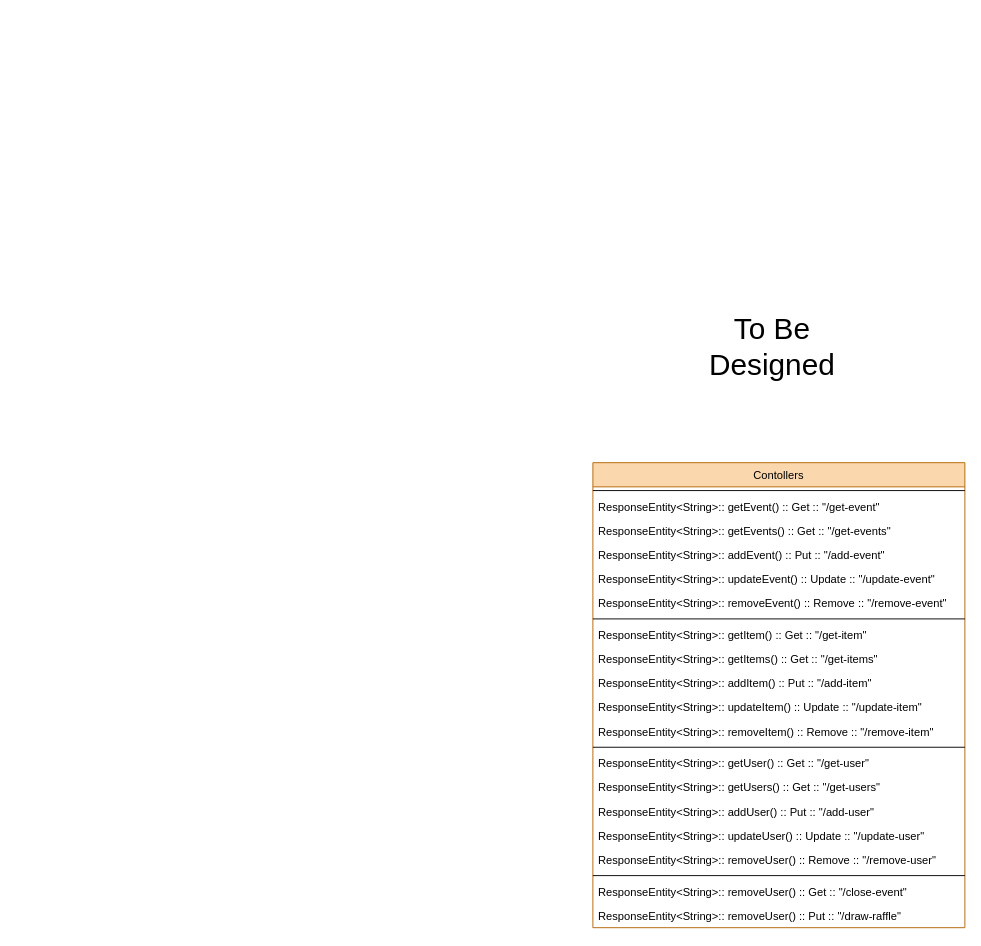
Before: page "Controllers" (4 of 9) of Raffle-design.drawio in GingerNinja2962/TMM_Raffle, a draw.io diagram. Source tidied: cells renumbered, new cells numbered last; positions are measured from the earlier drawing's top-left corner, leaving out a move shared by most shapes. Both pictures are drawn from the tidied source at 93%, with x=0, y=0 at pixel (592, 286).
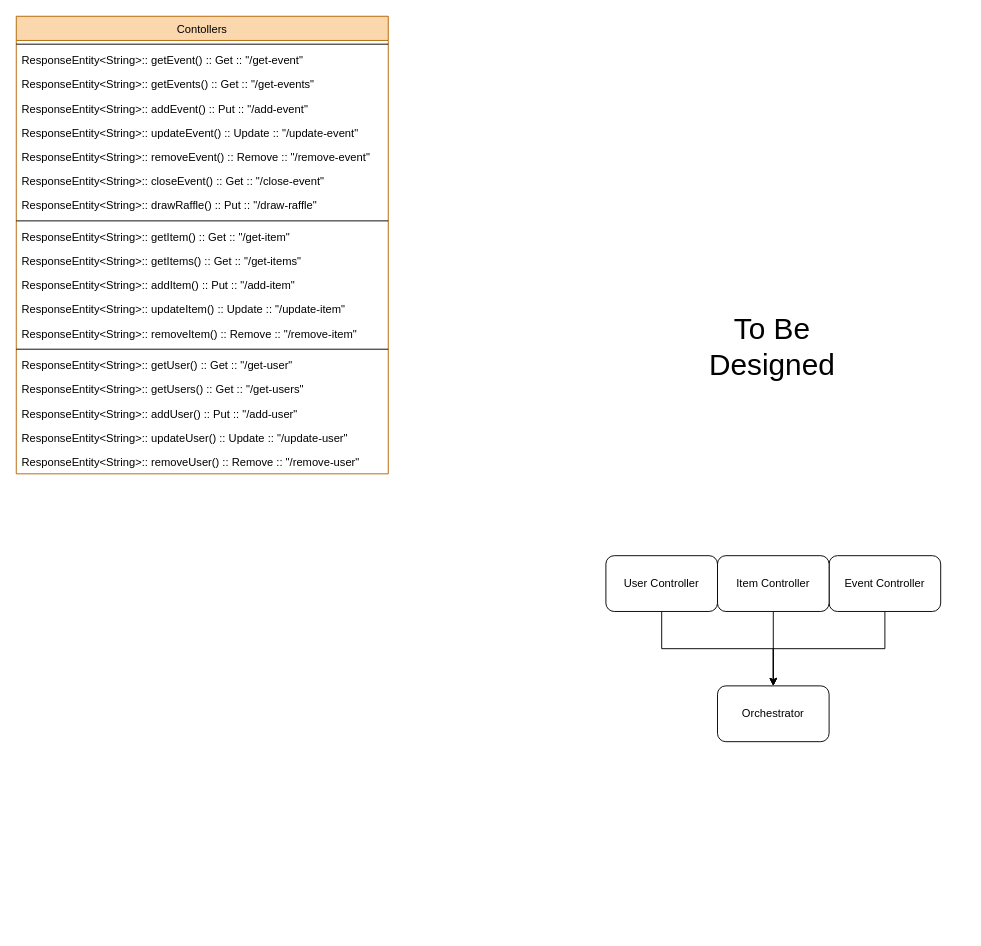
The same diagram, later.

The edit, as a diff of the source:
```diff
@@
     <mxCell id="2" value="Contollers" style="swimlane;fontStyle=0;align=center;verticalAlign=top;horizontal=1;startSize=26;rounded=0;shadow=0;strokeWidth=1;fillColor=#fad7ac;strokeColor=#b46504;fontColor=#000000;" parent="1" vertex="1">
-      <mxGeometry y="190" width="400" height="500" as="geometry" />
+      <mxGeometry x="-620" y="-290" width="400" height="492" as="geometry" />
     </mxCell>
@@
+    <mxCell id="22" value="ResponseEntity&lt;String&gt;:: closeEvent() :: Get :: &quot;/close-event&quot;" style="text;align=left;verticalAlign=top;spacingLeft=4;spacingRight=4;overflow=hidden;fontStyle=0;" parent="2" vertex="1">
+      <mxGeometry y="164" width="400" height="26" as="geometry" />
+    </mxCell>
+    <mxCell id="23" value="ResponseEntity&lt;String&gt;:: drawRaffle() :: Put :: &quot;/draw-raffle&quot;" style="text;align=left;verticalAlign=top;spacingLeft=4;spacingRight=4;overflow=hidden;fontStyle=0;" parent="2" vertex="1">
+      <mxGeometry y="190" width="400" height="26" as="geometry" />
+    </mxCell>
     <mxCell id="9" style="line;html=1;strokeWidth=1;align=left;verticalAlign=middle;spacingTop=-1;spacingLeft=3;spacingRight=3;labelPosition=right;" parent="2" vertex="1">
-      <mxGeometry y="164" width="400" height="8" as="geometry" />
+      <mxGeometry y="216" width="400" height="8" as="geometry" />
     </mxCell>
     <mxCell id="10" value="ResponseEntity&lt;String&gt;:: getItem() :: Get :: &quot;/get-item&quot;" style="text;align=left;verticalAlign=top;spacingLeft=4;spacingRight=4;overflow=hidden;fontStyle=0;" parent="2" vertex="1">
-      <mxGeometry y="172" width="400" height="26" as="geometry" />
+      <mxGeometry y="224" width="400" height="26" as="geometry" />
     </mxCell>
     <mxCell id="11" value="ResponseEntity&lt;String&gt;:: getItems() :: Get :: &quot;/get-items&quot;" style="text;align=left;verticalAlign=top;spacingLeft=4;spacingRight=4;overflow=hidden;fontStyle=0;" parent="2" vertex="1">
-      <mxGeometry y="198" width="400" height="26" as="geometry" />
+      <mxGeometry y="250" width="400" height="26" as="geometry" />
     </mxCell>
     <mxCell id="12" value="ResponseEntity&lt;String&gt;:: addItem() :: Put :: &quot;/add-item&quot;" style="text;align=left;verticalAlign=top;spacingLeft=4;spacingRight=4;overflow=hidden;fontStyle=0;" parent="2" vertex="1">
-      <mxGeometry y="224" width="400" height="26" as="geometry" />
+      <mxGeometry y="276" width="400" height="26" as="geometry" />
     </mxCell>
     <mxCell id="13" value="ResponseEntity&lt;String&gt;:: updateItem() :: Update :: &quot;/update-item&quot;" style="text;align=left;verticalAlign=top;spacingLeft=4;spacingRight=4;overflow=hidden;fontStyle=0;" parent="2" vertex="1">
-      <mxGeometry y="250" width="400" height="26" as="geometry" />
+      <mxGeometry y="302" width="400" height="26" as="geometry" />
     </mxCell>
     <mxCell id="14" value="ResponseEntity&lt;String&gt;:: removeItem() :: Remove :: &quot;/remove-item&quot;" style="text;align=left;verticalAlign=top;spacingLeft=4;spacingRight=4;overflow=hidden;fontStyle=0;" parent="2" vertex="1">
-      <mxGeometry y="276" width="400" height="26" as="geometry" />
+      <mxGeometry y="328" width="400" height="26" as="geometry" />
     </mxCell>
     <mxCell id="15" style="line;html=1;strokeWidth=1;align=left;verticalAlign=middle;spacingTop=-1;spacingLeft=3;spacingRight=3;labelPosition=right;" parent="2" vertex="1">
-      <mxGeometry y="302" width="400" height="8" as="geometry" />
+      <mxGeometry y="354" width="400" height="8" as="geometry" />
     </mxCell>
     <mxCell id="16" value="ResponseEntity&lt;String&gt;:: getUser() :: Get :: &quot;/get-user&quot;" style="text;align=left;verticalAlign=top;spacingLeft=4;spacingRight=4;overflow=hidden;fontStyle=0;" parent="2" vertex="1">
-      <mxGeometry y="310" width="400" height="26" as="geometry" />
+      <mxGeometry y="362" width="400" height="26" as="geometry" />
     </mxCell>
     <mxCell id="17" value="ResponseEntity&lt;String&gt;:: getUsers() :: Get :: &quot;/get-users&quot;" style="text;align=left;verticalAlign=top;spacingLeft=4;spacingRight=4;overflow=hidden;fontStyle=0;" parent="2" vertex="1">
-      <mxGeometry y="336" width="400" height="26" as="geometry" />
+      <mxGeometry y="388" width="400" height="26" as="geometry" />
     </mxCell>
     <mxCell id="18" value="ResponseEntity&lt;String&gt;:: addUser() :: Put :: &quot;/add-user&quot;" style="text;align=left;verticalAlign=top;spacingLeft=4;spacingRight=4;overflow=hidden;fontStyle=0;" parent="2" vertex="1">
-      <mxGeometry y="362" width="400" height="26" as="geometry" />
+      <mxGeometry y="414" width="400" height="26" as="geometry" />
     </mxCell>
     <mxCell id="19" value="ResponseEntity&lt;String&gt;:: updateUser() :: Update :: &quot;/update-user&quot;" style="text;align=left;verticalAlign=top;spacingLeft=4;spacingRight=4;overflow=hidden;fontStyle=0;" parent="2" vertex="1">
-      <mxGeometry y="388" width="400" height="26" as="geometry" />
+      <mxGeometry y="440" width="400" height="26" as="geometry" />
     </mxCell>
     <mxCell id="20" value="ResponseEntity&lt;String&gt;:: removeUser() :: Remove :: &quot;/remove-user&quot;" style="text;align=left;verticalAlign=top;spacingLeft=4;spacingRight=4;overflow=hidden;fontStyle=0;" parent="2" vertex="1">
-      <mxGeometry y="414" width="400" height="26" as="geometry" />
+      <mxGeometry y="466" width="400" height="26" as="geometry" />
     </mxCell>
-    <mxCell id="21" style="line;html=1;strokeWidth=1;align=left;verticalAlign=middle;spacingTop=-1;spacingLeft=3;spacingRight=3;labelPosition=right;" parent="2" vertex="1">
-      <mxGeometry y="440" width="400" height="8" as="geometry" />
-    </mxCell>
-    <mxCell id="22" value="ResponseEntity&lt;String&gt;:: removeUser() :: Get :: &quot;/close-event&quot;" style="text;align=left;verticalAlign=top;spacingLeft=4;spacingRight=4;overflow=hidden;fontStyle=0;" parent="2" vertex="1">
-      <mxGeometry y="448" width="400" height="26" as="geometry" />
-    </mxCell>
-    <mxCell id="23" value="ResponseEntity&lt;String&gt;:: removeUser() :: Put :: &quot;/draw-raffle&quot;" style="text;align=left;verticalAlign=top;spacingLeft=4;spacingRight=4;overflow=hidden;fontStyle=0;" parent="2" vertex="1">
-      <mxGeometry y="474" width="400" height="26" as="geometry" />
-    </mxCell>
@@
+    <mxCell id="25" style="edgeStyle=orthogonalEdgeStyle;rounded=0;jettySize=auto;html=1;" parent="1" edge="1" source="26" target="31">
+      <mxGeometry relative="1" as="geometry" />
+    </mxCell>
+    <mxCell id="26" value="Event Controller" style="whiteSpace=wrap;html=1;rounded=1;" parent="1" vertex="1">
+      <mxGeometry x="254" y="290" width="120" height="60" as="geometry" />
+    </mxCell>
+    <mxCell id="27" style="edgeStyle=orthogonalEdgeStyle;rounded=0;jettySize=auto;html=1;" parent="1" edge="1" source="28" target="31">
+      <mxGeometry relative="1" as="geometry" />
+    </mxCell>
+    <mxCell id="28" value="Item Controller" style="whiteSpace=wrap;html=1;rounded=1;" parent="1" vertex="1">
+      <mxGeometry x="134" y="290" width="120" height="60" as="geometry" />
+    </mxCell>
+    <mxCell id="29" style="edgeStyle=orthogonalEdgeStyle;rounded=0;jettySize=auto;html=1;" parent="1" edge="1" source="30" target="31">
+      <mxGeometry relative="1" as="geometry" />
+    </mxCell>
+    <mxCell id="30" value="User Controller" style="whiteSpace=wrap;html=1;rounded=1;" parent="1" vertex="1">
+      <mxGeometry x="14" y="290" width="120" height="60" as="geometry" />
+    </mxCell>
+    <mxCell id="31" value="Orchestrator" style="rounded=1;whiteSpace=wrap;html=1;" parent="1" vertex="1">
+      <mxGeometry x="134" y="430" width="120" height="60" as="geometry" />
+    </mxCell>
```
